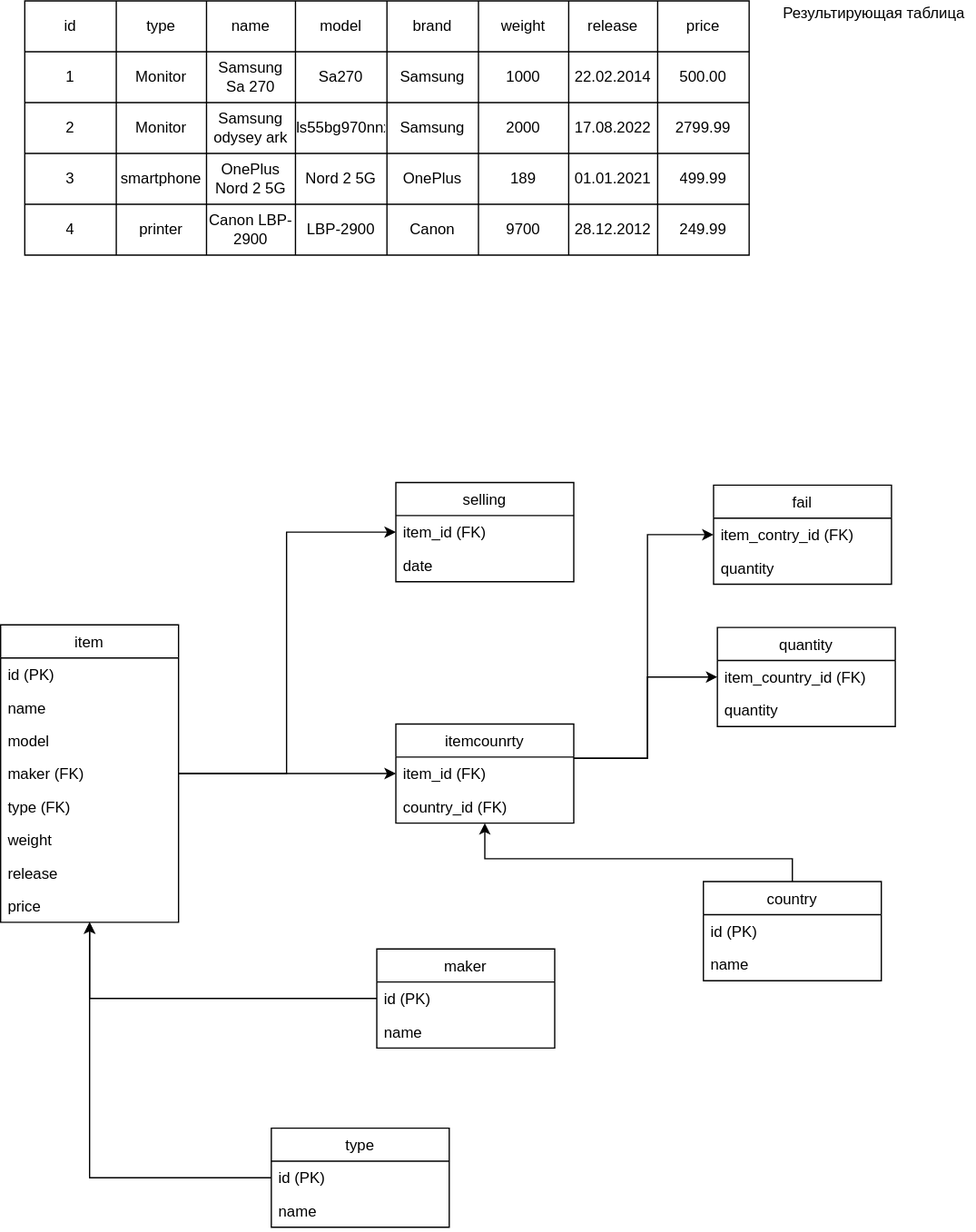
The draw.io diagram resources/UML.drawio.svg in Plasmat1x/CourseProjectCS, before a commit. Source tidied: cells renumbered, new cells last; positions are measured from the earlier drawing's top-left corner, leaving out a move shared by most shapes.
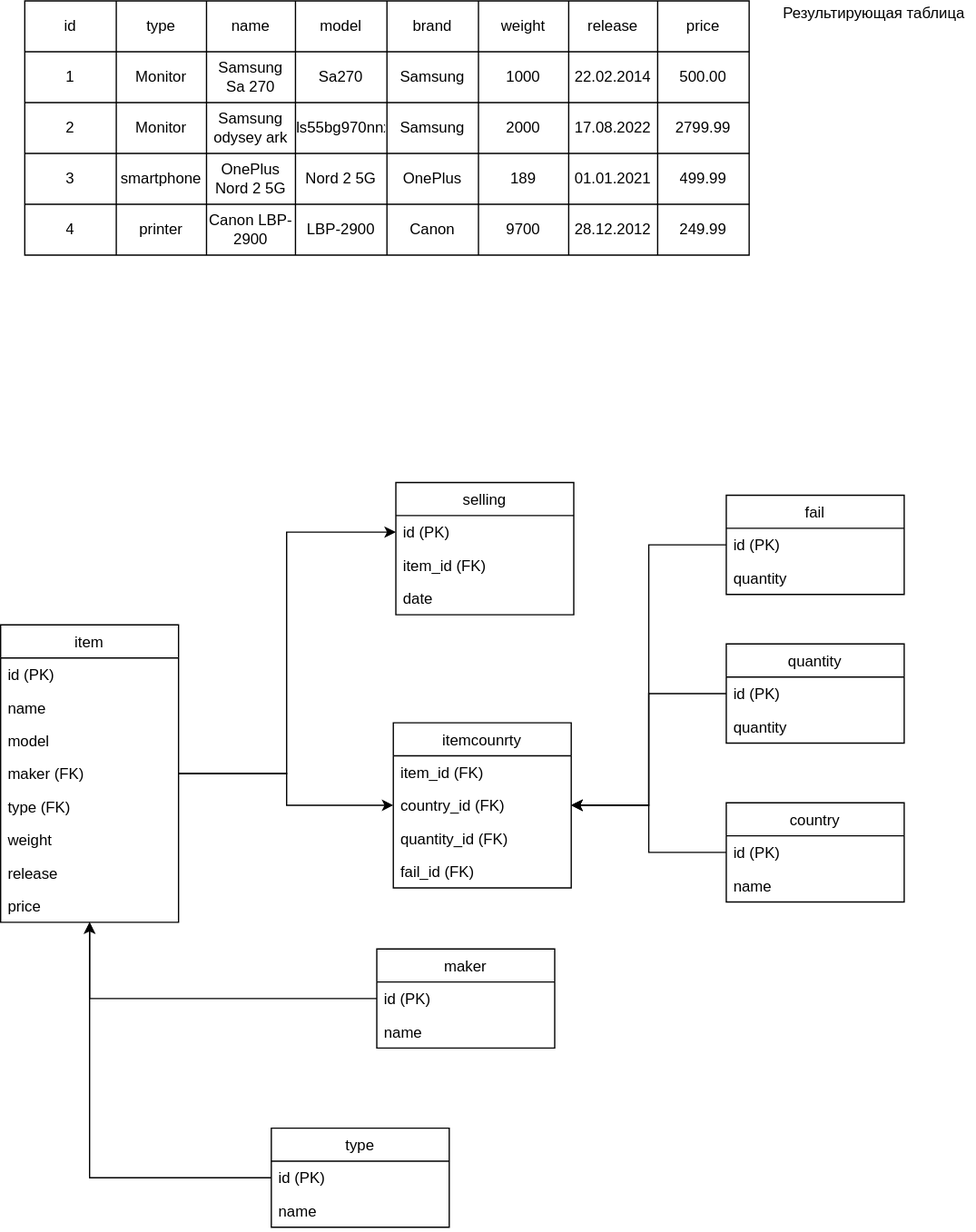
The same diagram one commit later.

Change to the diagram source:
```diff
@@ -165,7 +165,12 @@
       <mxGeometry y="52" width="140" height="26" as="geometry" />
     </mxCell>
     <mxCell id="56" style="edgeStyle=orthogonalEdgeStyle;rounded=0;html=1;" parent="1" edge="1" source="58" target="70">
-      <mxGeometry relative="1" as="geometry" />
+      <mxGeometry relative="1" as="geometry">
+        <Array as="points">
+          <mxPoint x="225" y="608" />
+          <mxPoint x="225" y="633" />
+        </Array>
+      </mxGeometry>
     </mxCell>
     <mxCell id="57" style="edgeStyle=orthogonalEdgeStyle;rounded=0;html=1;" parent="1" edge="1" source="58" target="80">
       <mxGeometry relative="1" as="geometry">
@@ -205,24 +210,8 @@
     <mxCell id="67" value="Результирующая таблица" style="text;html=1;align=center;verticalAlign=middle;strokeColor=none;fillColor=none;" parent="1" vertex="1">
       <mxGeometry x="607" width="160" height="20" as="geometry" />
     </mxCell>
-    <mxCell id="68" style="edgeStyle=orthogonalEdgeStyle;rounded=0;html=1;" parent="1" edge="1" source="70" target="77">
-      <mxGeometry relative="1" as="geometry">
-        <Array as="points">
-          <mxPoint x="509" y="596" />
-          <mxPoint x="509" y="532" />
-        </Array>
-      </mxGeometry>
-    </mxCell>
-    <mxCell id="69" style="edgeStyle=orthogonalEdgeStyle;rounded=0;html=1;" parent="1" edge="1" source="70" target="83">
-      <mxGeometry relative="1" as="geometry">
-        <Array as="points">
-          <mxPoint x="509" y="596" />
-          <mxPoint x="509" y="420" />
-        </Array>
-      </mxGeometry>
-    </mxCell>
     <mxCell id="70" value="itemcounrty" style="swimlane;fontStyle=0;horizontal=1;startSize=26;fillColor=none;" parent="1" vertex="1">
-      <mxGeometry x="311" y="569" width="140" height="78" as="geometry" />
+      <mxGeometry x="309" y="568" width="140" height="130" as="geometry" />
     </mxCell>
     <mxCell id="71" value="item_id (FK)" style="text;strokeColor=none;fillColor=none;align=left;verticalAlign=top;spacingLeft=4;spacingRight=4;overflow=hidden;" parent="70" vertex="1">
       <mxGeometry y="26" width="140" height="26" as="geometry" />
@@ -230,16 +219,17 @@
     <mxCell id="72" value="country_id (FK)" style="text;strokeColor=none;fillColor=none;align=left;verticalAlign=top;spacingLeft=4;spacingRight=4;overflow=hidden;" parent="70" vertex="1">
       <mxGeometry y="52" width="140" height="26" as="geometry" />
     </mxCell>
+    <mxCell id="86" value="quantity_id (FK)" style="text;strokeColor=none;fillColor=none;align=left;verticalAlign=top;spacingLeft=4;spacingRight=4;overflow=hidden;" parent="70" vertex="1">
+      <mxGeometry y="78" width="140" height="26" as="geometry" />
+    </mxCell>
+    <mxCell id="87" value="fail_id (FK)" style="text;strokeColor=none;fillColor=none;align=left;verticalAlign=top;spacingLeft=4;spacingRight=4;overflow=hidden;" parent="70" vertex="1">
+      <mxGeometry y="104" width="140" height="26" as="geometry" />
+    </mxCell>
-    <mxCell id="73" style="edgeStyle=orthogonalEdgeStyle;rounded=0;html=1;" parent="1" edge="1" source="74" target="70">
-      <mxGeometry relative="1" as="geometry">
-        <Array as="points">
-          <mxPoint x="623" y="675" />
-          <mxPoint x="381" y="675" />
-        </Array>
-      </mxGeometry>
+    <mxCell id="73" style="edgeStyle=orthogonalEdgeStyle;html=1;rounded=0;" parent="1" edge="1" source="74" target="70">
+      <mxGeometry relative="1" as="geometry" />
     </mxCell>
     <mxCell id="74" value="country" style="swimlane;fontStyle=0;horizontal=1;startSize=26;fillColor=none;" parent="1" vertex="1">
-      <mxGeometry x="553" y="693" width="140" height="78" as="geometry" />
+      <mxGeometry x="571" y="631" width="140" height="78" as="geometry" />
     </mxCell>
     <mxCell id="75" value="id (PK)" style="text;strokeColor=none;fillColor=none;align=left;verticalAlign=top;spacingLeft=4;spacingRight=4;overflow=hidden;" parent="74" vertex="1">
       <mxGeometry y="26" width="140" height="26" as="geometry" />
@@ -247,28 +237,42 @@
     <mxCell id="76" value="name" style="text;strokeColor=none;fillColor=none;align=left;verticalAlign=top;spacingLeft=4;spacingRight=4;overflow=hidden;" parent="74" vertex="1">
       <mxGeometry y="52" width="140" height="26" as="geometry" />
     </mxCell>
+    <mxCell id="88" style="edgeStyle=orthogonalEdgeStyle;rounded=0;html=1;" parent="1" edge="1" source="77" target="70">
+      <mxGeometry relative="1" as="geometry" />
+    </mxCell>
     <mxCell id="77" value="quantity" style="swimlane;fontStyle=0;horizontal=1;startSize=26;fillColor=none;" parent="1" vertex="1">
-      <mxGeometry x="564" y="493" width="140" height="78" as="geometry" />
+      <mxGeometry x="571" y="506" width="140" height="78" as="geometry" />
     </mxCell>
-    <mxCell id="78" value="item_country_id (FK)" style="text;strokeColor=none;fillColor=none;align=left;verticalAlign=top;spacingLeft=4;spacingRight=4;overflow=hidden;" parent="77" vertex="1">
+    <mxCell id="78" value="id (PK)" style="text;strokeColor=none;fillColor=none;align=left;verticalAlign=top;spacingLeft=4;spacingRight=4;overflow=hidden;" parent="77" vertex="1">
       <mxGeometry y="26" width="140" height="26" as="geometry" />
     </mxCell>
     <mxCell id="79" value="quantity" style="text;strokeColor=none;fillColor=none;align=left;verticalAlign=top;spacingLeft=4;spacingRight=4;overflow=hidden;" parent="77" vertex="1">
       <mxGeometry y="52" width="140" height="26" as="geometry" />
     </mxCell>
     <mxCell id="80" value="selling" style="swimlane;fontStyle=0;horizontal=1;startSize=26;fillColor=none;" parent="1" vertex="1">
-      <mxGeometry x="311" y="379" width="140" height="78" as="geometry" />
+      <mxGeometry x="311" y="379" width="140" height="104" as="geometry" />
     </mxCell>
+    <mxCell id="89" value="id (PK)" style="text;strokeColor=none;fillColor=none;align=left;verticalAlign=top;spacingLeft=4;spacingRight=4;overflow=hidden;" parent="80" vertex="1">
+      <mxGeometry y="26" width="140" height="26" as="geometry" />
+    </mxCell>
     <mxCell id="81" value="item_id (FK)" style="text;strokeColor=none;fillColor=none;align=left;verticalAlign=top;spacingLeft=4;spacingRight=4;overflow=hidden;" parent="80" vertex="1">
-      <mxGeometry y="26" width="140" height="26" as="geometry" />
+      <mxGeometry y="52" width="140" height="26" as="geometry" />
     </mxCell>
     <mxCell id="82" value="date" style="text;strokeColor=none;fillColor=none;align=left;verticalAlign=top;spacingLeft=4;spacingRight=4;overflow=hidden;" parent="80" vertex="1">
-      <mxGeometry y="52" width="140" height="26" as="geometry" />
+      <mxGeometry y="78" width="140" height="26" as="geometry" />
     </mxCell>
+    <mxCell id="90" style="edgeStyle=orthogonalEdgeStyle;rounded=0;html=1;" parent="1" edge="1" source="83" target="70">
+      <mxGeometry relative="1" as="geometry">
+        <Array as="points">
+          <mxPoint x="510" y="428" />
+          <mxPoint x="510" y="633" />
+        </Array>
+      </mxGeometry>
+    </mxCell>
     <mxCell id="83" value="fail" style="swimlane;fontStyle=0;horizontal=1;startSize=26;fillColor=none;" parent="1" vertex="1">
-      <mxGeometry x="561" y="381" width="140" height="78" as="geometry" />
+      <mxGeometry x="571" y="389" width="140" height="78" as="geometry" />
     </mxCell>
-    <mxCell id="84" value="item_contry_id (FK)" style="text;strokeColor=none;fillColor=none;align=left;verticalAlign=top;spacingLeft=4;spacingRight=4;overflow=hidden;" parent="83" vertex="1">
+    <mxCell id="84" value="id (PK)" style="text;strokeColor=none;fillColor=none;align=left;verticalAlign=top;spacingLeft=4;spacingRight=4;overflow=hidden;" parent="83" vertex="1">
       <mxGeometry y="26" width="140" height="26" as="geometry" />
     </mxCell>
     <mxCell id="85" value="quantity" style="text;strokeColor=none;fillColor=none;align=left;verticalAlign=top;spacingLeft=4;spacingRight=4;overflow=hidden;" parent="83" vertex="1">
```
